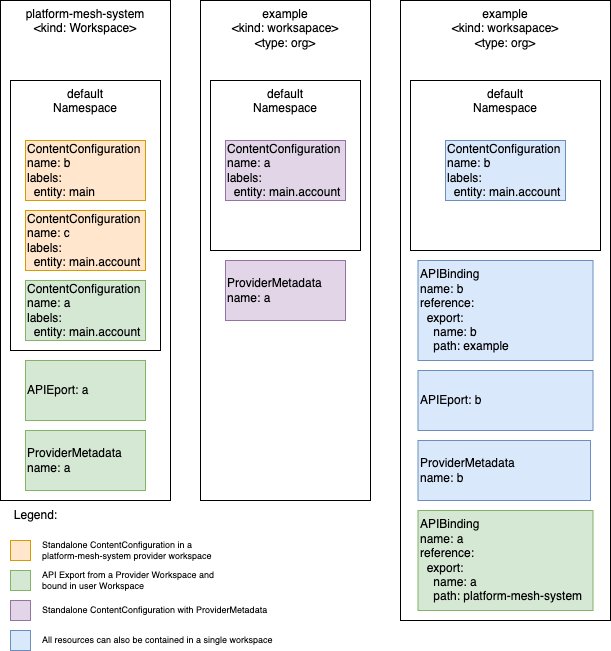
Before: rfc/assets/content-configuration-examples.png, a diagram exported from draw.io (platform-mesh/architecture). Source tidied: cells renumbered, new cells last; positions are measured from the earlier drawing's top-left corner, leaving out a move shared by most shapes. Source of this version:
```xml
<mxGraphModel>
  <root>
    <mxCell id="0" />
    <mxCell id="1" parent="0" />
    <mxCell id="2" value="&lt;div&gt;example&lt;br&gt;&amp;lt;kind: worksapace&amp;gt;&lt;br&gt;&amp;lt;type: org&amp;gt;&lt;/div&gt;" style="rounded=0;whiteSpace=wrap;html=1;verticalAlign=top;" parent="1" vertex="1">
      <mxGeometry x="200" width="170" height="500" as="geometry" />
    </mxCell>
    <mxCell id="3" value="default&lt;br&gt;Namespace" style="rounded=0;whiteSpace=wrap;html=1;verticalAlign=top;" parent="1" vertex="1">
      <mxGeometry x="210" y="80" width="150" height="170" as="geometry" />
    </mxCell>
    <mxCell id="4" value="platform-mesh-system&lt;br&gt;&amp;lt;kind: Workspace&amp;gt;&lt;div&gt;&lt;br&gt;&lt;/div&gt;" style="rounded=0;whiteSpace=wrap;html=1;verticalAlign=top;" parent="1" vertex="1">
      <mxGeometry width="170" height="500" as="geometry" />
    </mxCell>
    <mxCell id="5" value="default&lt;br&gt;Namespace" style="rounded=0;whiteSpace=wrap;html=1;verticalAlign=top;" parent="1" vertex="1">
      <mxGeometry x="10" y="80" width="150" height="270" as="geometry" />
    </mxCell>
    <mxCell id="6" value="ContentConfiguration&lt;br&gt;name: b&lt;div&gt;labels:&lt;br&gt;&amp;nbsp; entity: main&lt;/div&gt;" style="rounded=0;whiteSpace=wrap;html=1;align=left;fillColor=#ffe6cc;strokeColor=#d79b00;" parent="1" vertex="1">
      <mxGeometry x="25" y="140" width="120" height="60" as="geometry" />
    </mxCell>
    <mxCell id="7" value="example&lt;br&gt;&amp;lt;kind: worksapace&amp;gt;&lt;br&gt;&amp;lt;type: org&amp;gt;" style="rounded=0;whiteSpace=wrap;html=1;verticalAlign=top;" parent="1" vertex="1">
      <mxGeometry x="400" width="210" height="620" as="geometry" />
    </mxCell>
    <mxCell id="8" value="APIBinding&lt;br&gt;name: b&lt;br&gt;&lt;div&gt;reference:&lt;/div&gt;&lt;div&gt;&amp;nbsp; export:&lt;/div&gt;&lt;div&gt;&amp;nbsp; &amp;nbsp; name: b&lt;/div&gt;&lt;div&gt;&amp;nbsp; &amp;nbsp; path: example&lt;/div&gt;" style="rounded=0;whiteSpace=wrap;html=1;align=left;fillColor=#dae8fc;strokeColor=#6c8ebf;" parent="1" vertex="1">
      <mxGeometry x="417.5" y="260" width="175" height="100" as="geometry" />
    </mxCell>
    <mxCell id="9" value="APIEport: b" style="rounded=0;whiteSpace=wrap;html=1;align=left;fillColor=#dae8fc;strokeColor=#6c8ebf;" parent="1" vertex="1">
      <mxGeometry x="417.5" y="370" width="175" height="60" as="geometry" />
    </mxCell>
    <mxCell id="10" value="ProviderMetadata&lt;br&gt;name: a" style="rounded=0;whiteSpace=wrap;html=1;align=left;fillColor=#e1d5e7;strokeColor=#9673a6;" parent="1" vertex="1">
      <mxGeometry x="225" y="260" width="120" height="60" as="geometry" />
    </mxCell>
    <mxCell id="11" value="ContentConfiguration&lt;br&gt;name: a&lt;div&gt;labels:&lt;br&gt;&amp;nbsp; entity: main.account&lt;/div&gt;" style="rounded=0;whiteSpace=wrap;html=1;align=left;fillColor=#e1d5e7;strokeColor=#9673a6;" parent="1" vertex="1">
      <mxGeometry x="225" y="140" width="120" height="60" as="geometry" />
    </mxCell>
    <mxCell id="12" value="ContentConfiguration&lt;br&gt;name: c&lt;div&gt;labels:&lt;br&gt;&amp;nbsp; entity: main.account&lt;/div&gt;" style="rounded=0;whiteSpace=wrap;html=1;align=left;fillColor=#ffe6cc;strokeColor=#d79b00;" parent="1" vertex="1">
      <mxGeometry x="25" y="210" width="120" height="60" as="geometry" />
    </mxCell>
    <mxCell id="13" value="default&lt;br&gt;Namespace" style="rounded=0;whiteSpace=wrap;html=1;verticalAlign=top;" parent="1" vertex="1">
      <mxGeometry x="410" y="80" width="190" height="170" as="geometry" />
    </mxCell>
    <mxCell id="14" value="ContentConfiguration&lt;br&gt;name: b&lt;div&gt;labels:&lt;br&gt;&amp;nbsp; entity: main.account&lt;/div&gt;" style="rounded=0;whiteSpace=wrap;html=1;align=left;fillColor=#dae8fc;strokeColor=#6c8ebf;" parent="1" vertex="1">
      <mxGeometry x="445" y="140" width="120" height="60" as="geometry" />
    </mxCell>
    <mxCell id="15" value="APIBinding&lt;br&gt;name: a&lt;br&gt;&lt;div&gt;reference:&lt;/div&gt;&lt;div&gt;&amp;nbsp; export:&lt;/div&gt;&lt;div&gt;&amp;nbsp; &amp;nbsp; name: a&lt;/div&gt;&lt;div&gt;&amp;nbsp; &amp;nbsp; path:&amp;nbsp;&lt;span style=&quot;text-align: center; background-color: transparent; color: light-dark(rgb(0, 0, 0), rgb(255, 255, 255));&quot;&gt;platform-mesh-system&lt;/span&gt;&lt;/div&gt;" style="rounded=0;whiteSpace=wrap;html=1;align=left;fillColor=#d5e8d4;strokeColor=#82b366;" parent="1" vertex="1">
      <mxGeometry x="417.5" y="510" width="175" height="100" as="geometry" />
    </mxCell>
    <mxCell id="16" value="APIEport: a" style="rounded=0;whiteSpace=wrap;html=1;align=left;fillColor=#d5e8d4;strokeColor=#82b366;" parent="1" vertex="1">
      <mxGeometry x="25" y="360" width="120" height="60" as="geometry" />
    </mxCell>
    <mxCell id="17" value="ProviderMetadata&lt;br&gt;name: a" style="rounded=0;whiteSpace=wrap;html=1;align=left;fillColor=#d5e8d4;strokeColor=#82b366;" parent="1" vertex="1">
      <mxGeometry x="25" y="430" width="120" height="60" as="geometry" />
    </mxCell>
    <mxCell id="18" value="ProviderMetadata&lt;br&gt;name: b" style="rounded=0;whiteSpace=wrap;html=1;align=left;fillColor=#dae8fc;strokeColor=#6c8ebf;" parent="1" vertex="1">
      <mxGeometry x="417.5" y="440" width="172.5" height="60" as="geometry" />
    </mxCell>
    <mxCell id="19" value="Legend:" style="text;html=1;align=center;verticalAlign=middle;strokeColor=none;fillColor=none;" parent="1" vertex="1">
      <mxGeometry y="500" width="70" height="30" as="geometry" />
    </mxCell>
    <mxCell id="20" style="rounded=0;whiteSpace=wrap;html=1;fillColor=#ffe6cc;strokeColor=#d79b00;" parent="1" vertex="1">
      <mxGeometry x="10" y="540" width="20" height="20" as="geometry" />
    </mxCell>
    <mxCell id="21" style="rounded=0;whiteSpace=wrap;html=1;fillColor=#d5e8d4;strokeColor=#82b366;" parent="1" vertex="1">
      <mxGeometry x="10" y="570" width="20" height="20" as="geometry" />
    </mxCell>
    <mxCell id="22" style="rounded=0;whiteSpace=wrap;html=1;fillColor=#e1d5e7;strokeColor=#9673a6;" parent="1" vertex="1">
      <mxGeometry x="10" y="600" width="20" height="20" as="geometry" />
    </mxCell>
    <mxCell id="23" style="rounded=0;whiteSpace=wrap;html=1;fillColor=#dae8fc;strokeColor=#6c8ebf;" parent="1" vertex="1">
      <mxGeometry x="10" y="630" width="20" height="20" as="geometry" />
    </mxCell>
    <mxCell id="24" value="Standalone ContentConfiguration in a &lt;br&gt;platform-mesh-system provider workspace" style="text;html=1;align=left;verticalAlign=middle;strokeColor=none;fillColor=none;fontSize=9;" parent="1" vertex="1">
      <mxGeometry x="40" y="530" width="190" height="40" as="geometry" />
    </mxCell>
    <mxCell id="25" value="API Export from a Provider Workspace and &lt;br&gt;bound in user Workspace" style="text;html=1;align=left;verticalAlign=middle;strokeColor=none;fillColor=none;fontSize=9;" parent="1" vertex="1">
      <mxGeometry x="40" y="560" width="200" height="40" as="geometry" />
    </mxCell>
    <mxCell id="26" value="ContentConfiguration&lt;br&gt;name: a&lt;div&gt;labels:&lt;br&gt;&amp;nbsp; entity: main.account&lt;/div&gt;" style="rounded=0;whiteSpace=wrap;html=1;align=left;fillColor=#d5e8d4;strokeColor=#82b366;" parent="1" vertex="1">
      <mxGeometry x="25" y="280" width="120" height="60" as="geometry" />
    </mxCell>
    <mxCell id="27" value="Standalone ContentConfiguration with ProviderMetadata" style="text;html=1;align=left;verticalAlign=middle;strokeColor=none;fillColor=none;fontSize=9;" parent="1" vertex="1">
      <mxGeometry x="40" y="600" width="250" height="20" as="geometry" />
    </mxCell>
    <mxCell id="28" value="All resources can also be contained in a single workspace" style="text;html=1;align=left;verticalAlign=middle;strokeColor=none;fillColor=none;fontSize=9;" parent="1" vertex="1">
      <mxGeometry x="40" y="630" width="250" height="20" as="geometry" />
    </mxCell>
  </root>
</mxGraphModel>
```
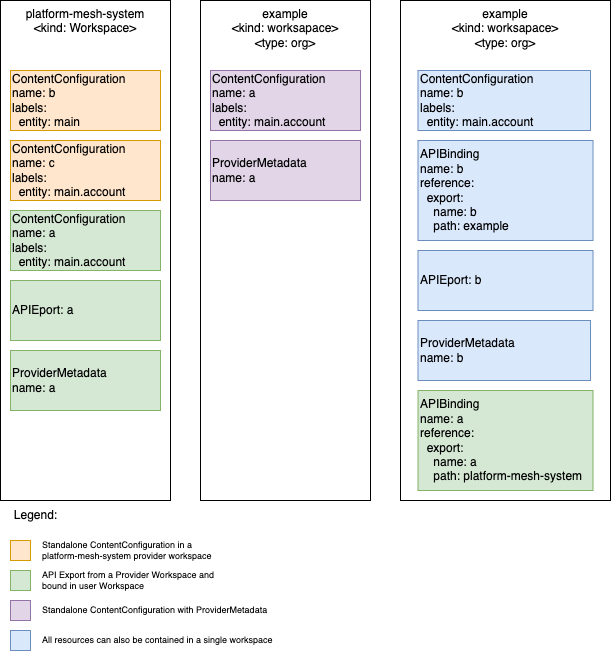
After the commit.

Commit message:
docs: clarify ContentConfiguration resource scope and its relation to Cluster level resources

The edit, as a diff of the source:
```diff
@@ -5,53 +5,44 @@
     <mxCell id="2" value="&lt;div&gt;example&lt;br&gt;&amp;lt;kind: worksapace&amp;gt;&lt;br&gt;&amp;lt;type: org&amp;gt;&lt;/div&gt;" style="rounded=0;whiteSpace=wrap;html=1;verticalAlign=top;" parent="1" vertex="1">
       <mxGeometry x="200" width="170" height="500" as="geometry" />
     </mxCell>
-    <mxCell id="3" value="default&lt;br&gt;Namespace" style="rounded=0;whiteSpace=wrap;html=1;verticalAlign=top;" parent="1" vertex="1">
-      <mxGeometry x="210" y="80" width="150" height="170" as="geometry" />
-    </mxCell>
     <mxCell id="4" value="platform-mesh-system&lt;br&gt;&amp;lt;kind: Workspace&amp;gt;&lt;div&gt;&lt;br&gt;&lt;/div&gt;" style="rounded=0;whiteSpace=wrap;html=1;verticalAlign=top;" parent="1" vertex="1">
       <mxGeometry width="170" height="500" as="geometry" />
     </mxCell>
-    <mxCell id="5" value="default&lt;br&gt;Namespace" style="rounded=0;whiteSpace=wrap;html=1;verticalAlign=top;" parent="1" vertex="1">
-      <mxGeometry x="10" y="80" width="150" height="270" as="geometry" />
-    </mxCell>
     <mxCell id="6" value="ContentConfiguration&lt;br&gt;name: b&lt;div&gt;labels:&lt;br&gt;&amp;nbsp; entity: main&lt;/div&gt;" style="rounded=0;whiteSpace=wrap;html=1;align=left;fillColor=#ffe6cc;strokeColor=#d79b00;" parent="1" vertex="1">
-      <mxGeometry x="25" y="140" width="120" height="60" as="geometry" />
+      <mxGeometry x="10" y="70" width="150" height="60" as="geometry" />
     </mxCell>
     <mxCell id="7" value="example&lt;br&gt;&amp;lt;kind: worksapace&amp;gt;&lt;br&gt;&amp;lt;type: org&amp;gt;" style="rounded=0;whiteSpace=wrap;html=1;verticalAlign=top;" parent="1" vertex="1">
-      <mxGeometry x="400" width="210" height="620" as="geometry" />
+      <mxGeometry x="400" width="210" height="500" as="geometry" />
     </mxCell>
     <mxCell id="8" value="APIBinding&lt;br&gt;name: b&lt;br&gt;&lt;div&gt;reference:&lt;/div&gt;&lt;div&gt;&amp;nbsp; export:&lt;/div&gt;&lt;div&gt;&amp;nbsp; &amp;nbsp; name: b&lt;/div&gt;&lt;div&gt;&amp;nbsp; &amp;nbsp; path: example&lt;/div&gt;" style="rounded=0;whiteSpace=wrap;html=1;align=left;fillColor=#dae8fc;strokeColor=#6c8ebf;" parent="1" vertex="1">
-      <mxGeometry x="417.5" y="260" width="175" height="100" as="geometry" />
+      <mxGeometry x="417.5" y="140" width="175" height="100" as="geometry" />
     </mxCell>
     <mxCell id="9" value="APIEport: b" style="rounded=0;whiteSpace=wrap;html=1;align=left;fillColor=#dae8fc;strokeColor=#6c8ebf;" parent="1" vertex="1">
-      <mxGeometry x="417.5" y="370" width="175" height="60" as="geometry" />
+      <mxGeometry x="417.5" y="250" width="175" height="60" as="geometry" />
     </mxCell>
     <mxCell id="10" value="ProviderMetadata&lt;br&gt;name: a" style="rounded=0;whiteSpace=wrap;html=1;align=left;fillColor=#e1d5e7;strokeColor=#9673a6;" parent="1" vertex="1">
-      <mxGeometry x="225" y="260" width="120" height="60" as="geometry" />
+      <mxGeometry x="210" y="140" width="150" height="60" as="geometry" />
     </mxCell>
     <mxCell id="11" value="ContentConfiguration&lt;br&gt;name: a&lt;div&gt;labels:&lt;br&gt;&amp;nbsp; entity: main.account&lt;/div&gt;" style="rounded=0;whiteSpace=wrap;html=1;align=left;fillColor=#e1d5e7;strokeColor=#9673a6;" parent="1" vertex="1">
-      <mxGeometry x="225" y="140" width="120" height="60" as="geometry" />
+      <mxGeometry x="210" y="70" width="150" height="60" as="geometry" />
     </mxCell>
     <mxCell id="12" value="ContentConfiguration&lt;br&gt;name: c&lt;div&gt;labels:&lt;br&gt;&amp;nbsp; entity: main.account&lt;/div&gt;" style="rounded=0;whiteSpace=wrap;html=1;align=left;fillColor=#ffe6cc;strokeColor=#d79b00;" parent="1" vertex="1">
-      <mxGeometry x="25" y="210" width="120" height="60" as="geometry" />
+      <mxGeometry x="10" y="140" width="150" height="60" as="geometry" />
     </mxCell>
-    <mxCell id="13" value="default&lt;br&gt;Namespace" style="rounded=0;whiteSpace=wrap;html=1;verticalAlign=top;" parent="1" vertex="1">
-      <mxGeometry x="410" y="80" width="190" height="170" as="geometry" />
-    </mxCell>
     <mxCell id="14" value="ContentConfiguration&lt;br&gt;name: b&lt;div&gt;labels:&lt;br&gt;&amp;nbsp; entity: main.account&lt;/div&gt;" style="rounded=0;whiteSpace=wrap;html=1;align=left;fillColor=#dae8fc;strokeColor=#6c8ebf;" parent="1" vertex="1">
-      <mxGeometry x="445" y="140" width="120" height="60" as="geometry" />
+      <mxGeometry x="417.5" y="70" width="172.5" height="60" as="geometry" />
     </mxCell>
     <mxCell id="15" value="APIBinding&lt;br&gt;name: a&lt;br&gt;&lt;div&gt;reference:&lt;/div&gt;&lt;div&gt;&amp;nbsp; export:&lt;/div&gt;&lt;div&gt;&amp;nbsp; &amp;nbsp; name: a&lt;/div&gt;&lt;div&gt;&amp;nbsp; &amp;nbsp; path:&amp;nbsp;&lt;span style=&quot;text-align: center; background-color: transparent; color: light-dark(rgb(0, 0, 0), rgb(255, 255, 255));&quot;&gt;platform-mesh-system&lt;/span&gt;&lt;/div&gt;" style="rounded=0;whiteSpace=wrap;html=1;align=left;fillColor=#d5e8d4;strokeColor=#82b366;" parent="1" vertex="1">
-      <mxGeometry x="417.5" y="510" width="175" height="100" as="geometry" />
+      <mxGeometry x="417.5" y="390" width="175" height="100" as="geometry" />
     </mxCell>
     <mxCell id="16" value="APIEport: a" style="rounded=0;whiteSpace=wrap;html=1;align=left;fillColor=#d5e8d4;strokeColor=#82b366;" parent="1" vertex="1">
-      <mxGeometry x="25" y="360" width="120" height="60" as="geometry" />
+      <mxGeometry x="10" y="280" width="150" height="60" as="geometry" />
     </mxCell>
     <mxCell id="17" value="ProviderMetadata&lt;br&gt;name: a" style="rounded=0;whiteSpace=wrap;html=1;align=left;fillColor=#d5e8d4;strokeColor=#82b366;" parent="1" vertex="1">
-      <mxGeometry x="25" y="430" width="120" height="60" as="geometry" />
+      <mxGeometry x="10" y="350" width="150" height="60" as="geometry" />
     </mxCell>
     <mxCell id="18" value="ProviderMetadata&lt;br&gt;name: b" style="rounded=0;whiteSpace=wrap;html=1;align=left;fillColor=#dae8fc;strokeColor=#6c8ebf;" parent="1" vertex="1">
-      <mxGeometry x="417.5" y="440" width="172.5" height="60" as="geometry" />
+      <mxGeometry x="417.5" y="320" width="172.5" height="60" as="geometry" />
     </mxCell>
     <mxCell id="19" value="Legend:" style="text;html=1;align=center;verticalAlign=middle;strokeColor=none;fillColor=none;" parent="1" vertex="1">
       <mxGeometry y="500" width="70" height="30" as="geometry" />
@@ -75,7 +66,7 @@
       <mxGeometry x="40" y="560" width="200" height="40" as="geometry" />
     </mxCell>
     <mxCell id="26" value="ContentConfiguration&lt;br&gt;name: a&lt;div&gt;labels:&lt;br&gt;&amp;nbsp; entity: main.account&lt;/div&gt;" style="rounded=0;whiteSpace=wrap;html=1;align=left;fillColor=#d5e8d4;strokeColor=#82b366;" parent="1" vertex="1">
-      <mxGeometry x="25" y="280" width="120" height="60" as="geometry" />
+      <mxGeometry x="10" y="210" width="150" height="60" as="geometry" />
     </mxCell>
     <mxCell id="27" value="Standalone ContentConfiguration with ProviderMetadata" style="text;html=1;align=left;verticalAlign=middle;strokeColor=none;fillColor=none;fontSize=9;" parent="1" vertex="1">
       <mxGeometry x="40" y="600" width="250" height="20" as="geometry" />
```
